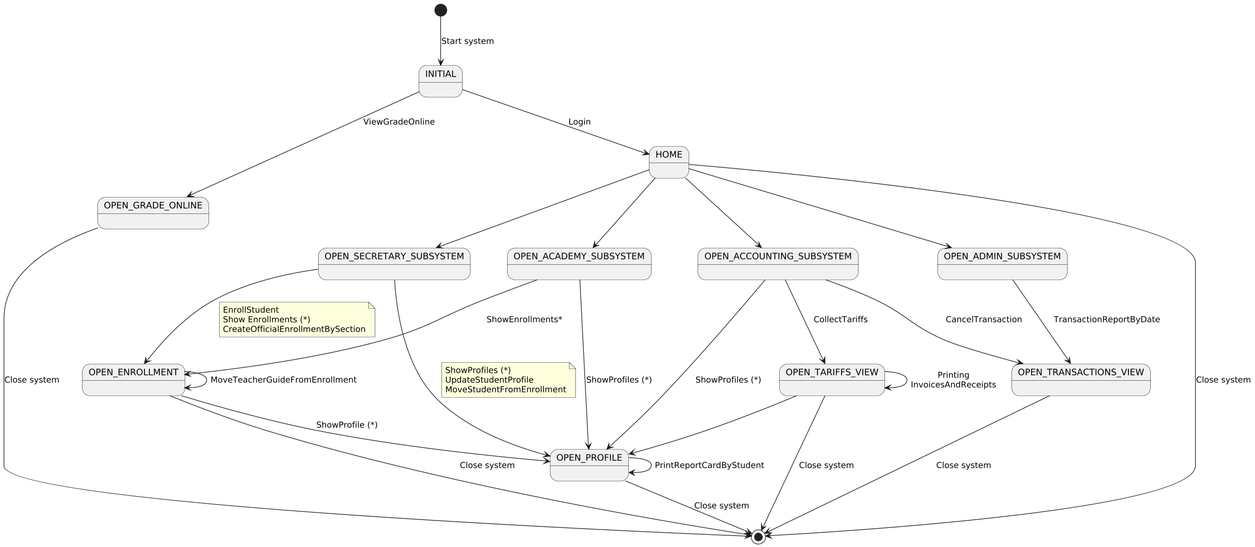
Above: out/UseCaseView/Context.png in wsmcbl/wsmcbl.doc (PlantUML), before the change.
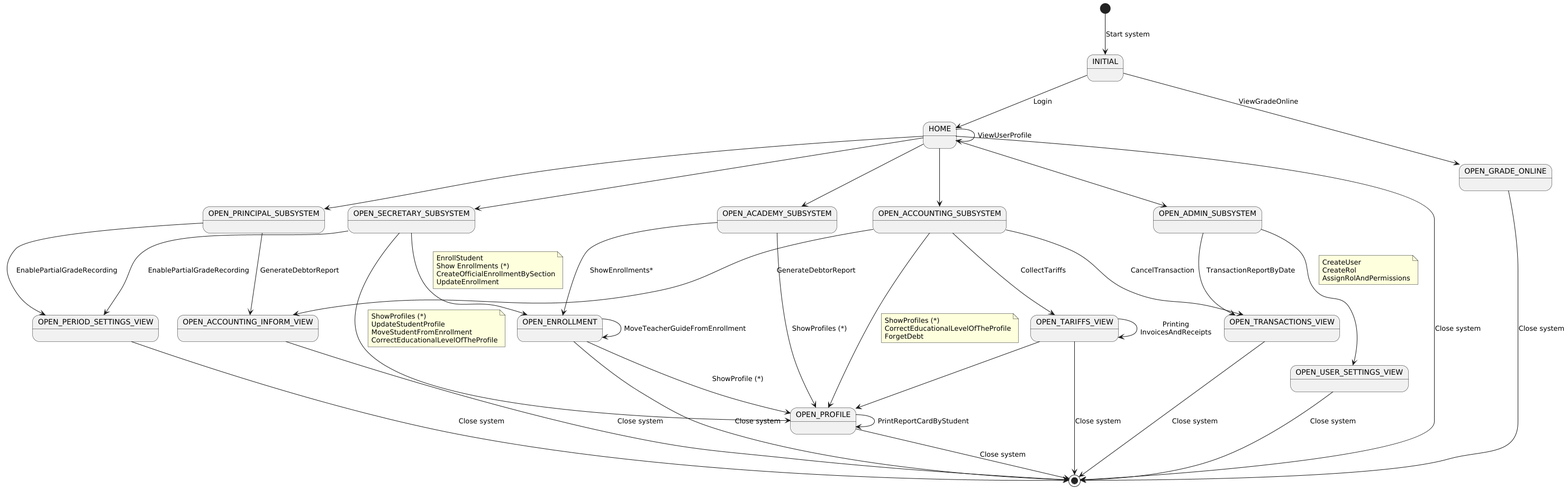
Above is the later version.

The edit, as a diff of the source:
```diff
@@ -5,15 +5,19 @@
 state HOME
 state OPEN_GRADE_ONLINE
 
+state OPEN_ACADEMY_SUBSYSTEM
+state OPEN_SECRETARY_SUBSYSTEM
+state OPEN_ACCOUNTING_SUBSYSTEM
+state OPEN_PRINCIPAL_SUBSYSTEM
+state OPEN_ADMIN_SUBSYSTEM
+
 state OPEN_ENROLLMENT
 state OPEN_PROFILE
 state OPEN_TARIFFS_VIEW
 state OPEN_TRANSACTIONS_VIEW
-
-state OPEN_ACADEMY_SUBSYSTEM
-state OPEN_SECRETARY_SUBSYSTEM
-state OPEN_ACCOUNTING_SUBSYSTEM
-state OPEN_ADMIN_SUBSYSTEM
+state OPEN_ACCOUNTING_INFORM_VIEW
+state OPEN_PERIOD_SETTINGS_VIEW
+state OPEN_USER_SETTINGS_VIEW
 
 
 [*] --> INITIAL : Start system
@@ -25,6 +29,9 @@
 HOME --> OPEN_SECRETARY_SUBSYSTEM
 HOME --> OPEN_ACCOUNTING_SUBSYSTEM
 HOME --> OPEN_ADMIN_SUBSYSTEM
+HOME --> OPEN_PRINCIPAL_SUBSYSTEM
+
+HOME --> HOME : ViewUserProfile
 
 OPEN_ACADEMY_SUBSYSTEM --> OPEN_PROFILE : ShowProfiles (*)
 OPEN_ACADEMY_SUBSYSTEM --> OPEN_ENROLLMENT : ShowEnrollments*
@@ -34,19 +41,37 @@
     ShowProfiles (*)
     UpdateStudentProfile
     MoveStudentFromEnrollment
+    CorrectEducationalLevelOfTheProfile
 end note
 OPEN_SECRETARY_SUBSYSTEM --> OPEN_ENROLLMENT
 note on link
     EnrollStudent
     Show Enrollments (*)
     CreateOfficialEnrollmentBySection
+    UpdateEnrollment
+end note
+OPEN_SECRETARY_SUBSYSTEM --> OPEN_PERIOD_SETTINGS_VIEW : EnablePartialGradeRecording
+
+OPEN_ACCOUNTING_SUBSYSTEM --> OPEN_PROFILE
+note on link
+    ShowProfiles (*)
+    CorrectEducationalLevelOfTheProfile
+    ForgetDebt
+end note
+OPEN_ACCOUNTING_SUBSYSTEM --> OPEN_TARIFFS_VIEW : CollectTariffs
+OPEN_ACCOUNTING_SUBSYSTEM --> OPEN_TRANSACTIONS_VIEW : CancelTransaction
+OPEN_ACCOUNTING_SUBSYSTEM --> OPEN_ACCOUNTING_INFORM_VIEW : GenerateDebtorReport
+
+OPEN_ADMIN_SUBSYSTEM --> OPEN_TRANSACTIONS_VIEW : TransactionReportByDate
+OPEN_ADMIN_SUBSYSTEM --> OPEN_USER_SETTINGS_VIEW
+note on link
+    CreateUser
+    CreateRol
+    AssignRolAndPermissions
 end note
 
-OPEN_ACCOUNTING_SUBSYSTEM --> OPEN_PROFILE : ShowProfiles (*)
-OPEN_ACCOUNTING_SUBSYSTEM --> OPEN_TARIFFS_VIEW : CollectTariffs
-OPEN_ACCOUNTING_SUBSYSTEM --> OPEN_TRANSACTIONS_VIEW : CancelTransaction
-
-OPEN_ADMIN_SUBSYSTEM --> OPEN_TRANSACTIONS_VIEW : TransactionReportByDate
+OPEN_PRINCIPAL_SUBSYSTEM --> OPEN_ACCOUNTING_INFORM_VIEW : GenerateDebtorReport
+OPEN_PRINCIPAL_SUBSYSTEM --> OPEN_PERIOD_SETTINGS_VIEW : EnablePartialGradeRecording
 
 
 OPEN_PROFILE --> OPEN_PROFILE : PrintReportCardByStudent
@@ -61,5 +86,8 @@
 OPEN_PROFILE --> [*] : Close system
 OPEN_TARIFFS_VIEW --> [*] : Close system
 OPEN_GRADE_ONLINE --> [*] : Close system
+OPEN_ACCOUNTING_INFORM_VIEW --> [*] : Close system
+OPEN_USER_SETTINGS_VIEW --> [*] : Close system
+OPEN_PERIOD_SETTINGS_VIEW --> [*] : Close system
 OPEN_TRANSACTIONS_VIEW --> [*] : Close system
 @enduml
```
